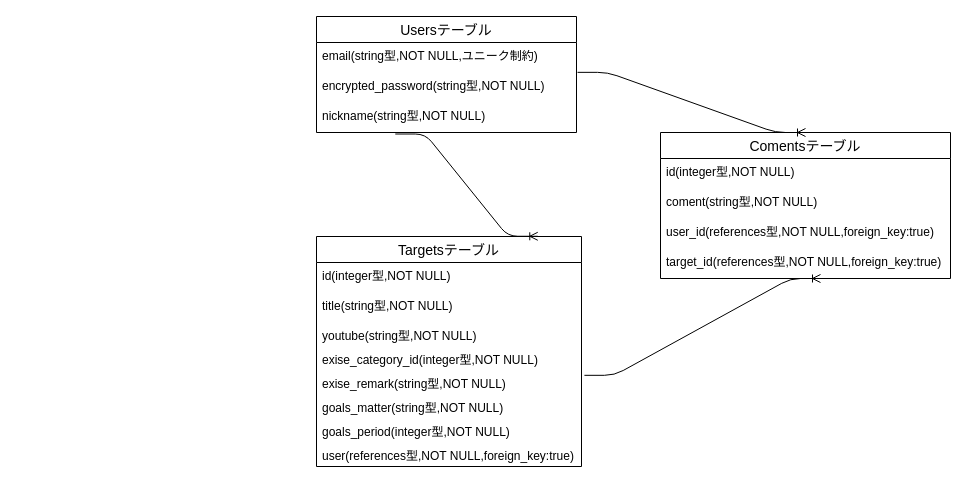
sea-yassan33/enjex keeps this draw.io diagram as erp.dio. Above is the earlier version. Source tidied: cells renumbered, new cells numbered last; positions are measured from the earlier drawing's top-left corner, leaving out a move shared by most shapes. Both pictures are drawn from the tidied source at 100%, with x=0, y=0 at pixel (316, 16).
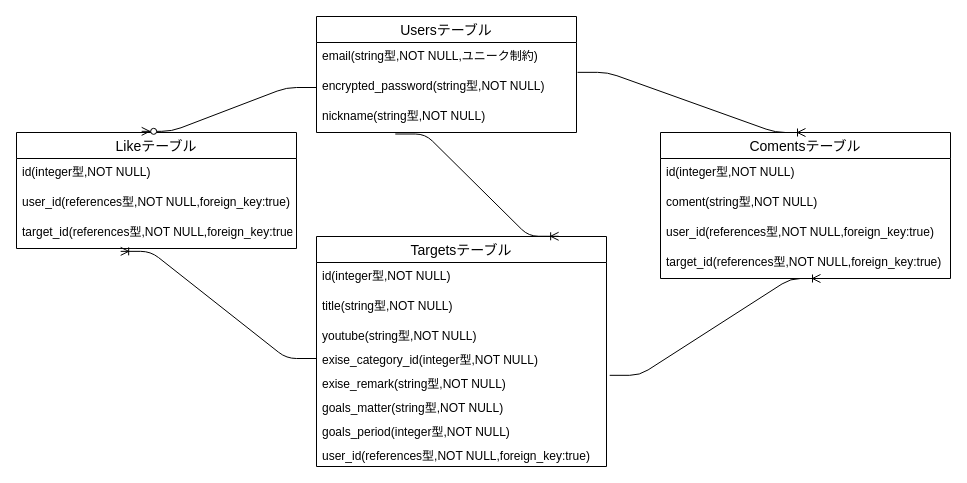
After the change.

Unchanged cells that the change refers to:
```xml
<mxCell id="4" value="encrypted_password(string型,NOT NULL)" style="text;strokeColor=none;fillColor=none;spacingLeft=4;spacingRight=4;overflow=hidden;points=[[0,0.5],[1,0.5]];portConstraint=eastwest;fontSize=12;" parent="2" vertex="1">
  <mxGeometry y="56" width="260" height="30" as="geometry" />
</mxCell>
```

The edit, as a diff of the source:
```diff
@@
     <mxCell id="6" value="Targetsテーブル" style="swimlane;fontStyle=0;horizontal=1;startSize=26;align=center;fontSize=14;" parent="1" vertex="1">
-      <mxGeometry y="220" width="265" height="230" as="geometry" />
+      <mxGeometry y="220" width="290" height="230" as="geometry" />
     </mxCell>
     <mxCell id="7" value="id(integer型,NOT NULL)" style="text;strokeColor=none;fillColor=none;spacingLeft=4;spacingRight=4;overflow=hidden;fontSize=12;" parent="6" vertex="1">
-      <mxGeometry y="26" width="265" height="30" as="geometry" />
+      <mxGeometry y="26" width="290" height="30" as="geometry" />
     </mxCell>
     <mxCell id="8" value="title(string型,NOT NULL)" style="text;strokeColor=none;fillColor=none;spacingLeft=4;spacingRight=4;overflow=hidden;fontSize=12;" parent="6" vertex="1">
-      <mxGeometry y="56" width="265" height="30" as="geometry" />
+      <mxGeometry y="56" width="290" height="30" as="geometry" />
     </mxCell>
     <mxCell id="9" value="youtube(string型,NOT NULL)" style="text;strokeColor=none;fillColor=none;spacingLeft=4;spacingRight=4;overflow=hidden;fontSize=12;" parent="6" vertex="1">
-      <mxGeometry y="86" width="265" height="24" as="geometry" />
+      <mxGeometry y="86" width="290" height="24" as="geometry" />
     </mxCell>
     <mxCell id="10" value="exise_category_id(integer型,NOT NULL)" style="text;strokeColor=none;fillColor=none;spacingLeft=4;spacingRight=4;overflow=hidden;points=[[0,0.5],[1,0.5]];portConstraint=eastwest;fontSize=12;" parent="6" vertex="1">
-      <mxGeometry y="110" width="265" height="24" as="geometry" />
+      <mxGeometry y="110" width="290" height="24" as="geometry" />
     </mxCell>
     <mxCell id="11" value="exise_remark(string型,NOT NULL)" style="text;strokeColor=none;fillColor=none;spacingLeft=4;spacingRight=4;overflow=hidden;points=[[0,0.5],[1,0.5]];portConstraint=eastwest;fontSize=12;" parent="6" vertex="1">
-      <mxGeometry y="134" width="265" height="24" as="geometry" />
+      <mxGeometry y="134" width="290" height="24" as="geometry" />
     </mxCell>
     <mxCell id="12" value="goals_matter(string型,NOT NULL)" style="text;strokeColor=none;fillColor=none;spacingLeft=4;spacingRight=4;overflow=hidden;fontSize=12;" parent="6" vertex="1">
-      <mxGeometry y="158" width="265" height="24" as="geometry" />
+      <mxGeometry y="158" width="290" height="24" as="geometry" />
     </mxCell>
     <mxCell id="13" value="goals_period(integer型,NOT NULL)" style="text;strokeColor=none;fillColor=none;spacingLeft=4;spacingRight=4;overflow=hidden;fontSize=12;" parent="6" vertex="1">
-      <mxGeometry y="182" width="265" height="24" as="geometry" />
+      <mxGeometry y="182" width="290" height="24" as="geometry" />
     </mxCell>
-    <mxCell id="14" value="user(references型,NOT NULL,foreign_key:true)" style="text;strokeColor=none;fillColor=none;spacingLeft=4;spacingRight=4;overflow=hidden;fontSize=12;" parent="6" vertex="1">
-      <mxGeometry y="206" width="265" height="24" as="geometry" />
+    <mxCell id="14" value="user_id(references型,NOT NULL,foreign_key:true)" style="text;strokeColor=none;fillColor=none;spacingLeft=4;spacingRight=4;overflow=hidden;fontSize=12;" parent="6" vertex="1">
+      <mxGeometry y="206" width="290" height="24" as="geometry" />
     </mxCell>
@@
+    <mxCell id="23" value="Likeテーブル" style="swimlane;fontStyle=0;horizontal=1;startSize=26;align=center;fontSize=14;" parent="1" vertex="1">
+      <mxGeometry x="-300" y="116" width="280" height="116" as="geometry" />
+    </mxCell>
+    <mxCell id="24" value="id(integer型,NOT NULL)" style="text;strokeColor=none;fillColor=none;spacingLeft=4;spacingRight=4;overflow=hidden;fontSize=12;" parent="23" vertex="1">
+      <mxGeometry y="26" width="280" height="30" as="geometry" />
+    </mxCell>
+    <mxCell id="25" value="user_id(references型,NOT NULL,foreign_key:true)" style="text;strokeColor=none;fillColor=none;spacingLeft=4;spacingRight=4;overflow=hidden;fontSize=12;" parent="23" vertex="1">
+      <mxGeometry y="56" width="280" height="30" as="geometry" />
+    </mxCell>
+    <mxCell id="26" value="target_id(references型,NOT NULL,foreign_key:true)" style="text;strokeColor=none;fillColor=none;spacingLeft=4;spacingRight=4;overflow=hidden;points=[[0,0.5],[1,0.5]];portConstraint=eastwest;fontSize=12;" parent="23" vertex="1">
+      <mxGeometry y="86" width="280" height="30" as="geometry" />
+    </mxCell>
+    <mxCell id="27" style="edgeStyle=entityRelationEdgeStyle;fontSize=12;html=1;endArrow=ERzeroToMany;endFill=1;exitX=0;exitY=0.5;exitDx=0;exitDy=0;entryX=0.447;entryY=-0.01;entryDx=0;entryDy=0;entryPerimeter=0;" parent="1" edge="1" source="4" target="23">
+      <mxGeometry relative="1" as="geometry" />
+    </mxCell>
+    <mxCell id="28" style="edgeStyle=entityRelationEdgeStyle;fontSize=12;html=1;endArrow=ERoneToMany;exitX=0;exitY=0.5;exitDx=0;exitDy=0;entryX=0.372;entryY=1.095;entryDx=0;entryDy=0;entryPerimeter=0;" parent="1" edge="1" source="10" target="26">
+      <mxGeometry relative="1" as="geometry" />
+    </mxCell>
```
